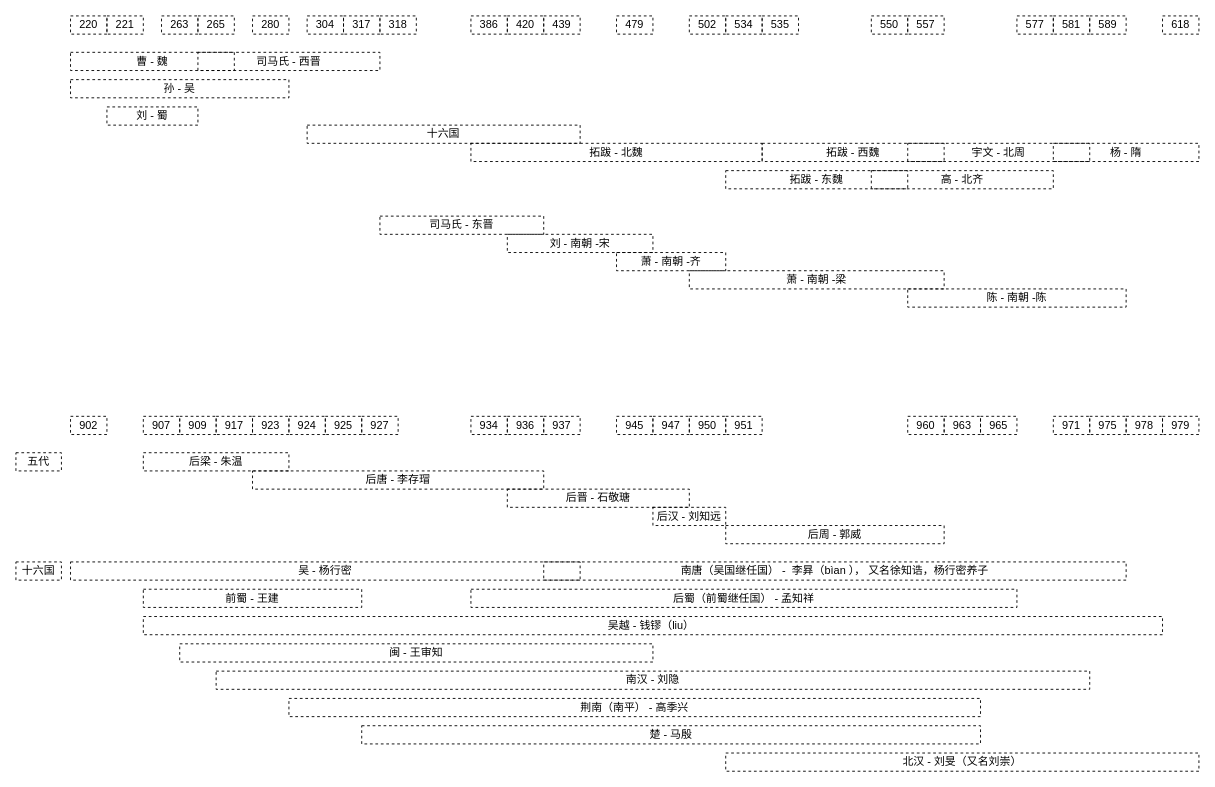
gaochunf/fancy-world-events keeps this draw.io diagram as links/三国两晋南北朝.drawio. Above is the earlier version. Source tidied: cells renumbered, new cells numbered last; positions are measured from the earlier drawing's top-left corner, leaving out a move shared by most shapes. Both pictures are drawn from the tidied source at 91%, with x=0, y=0 at pixel (15, 15).
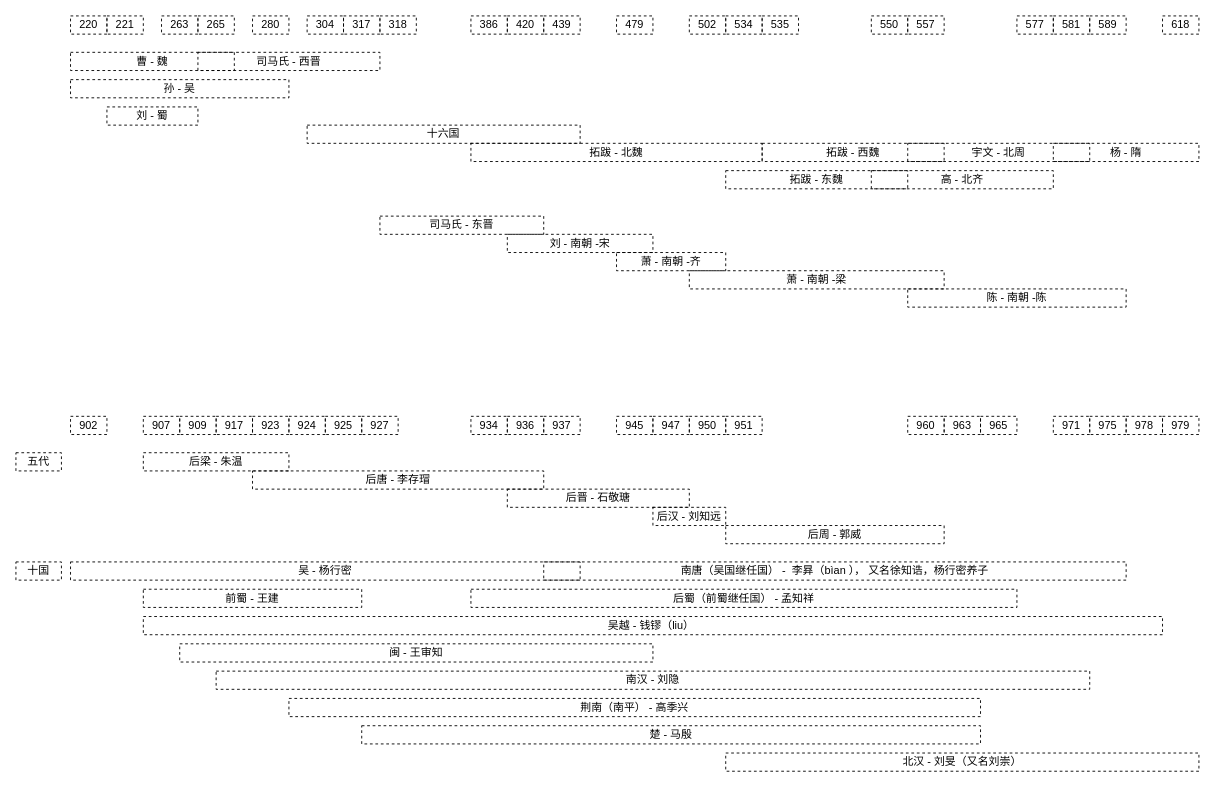
The same diagram, later.

Change to the diagram source:
```diff
@@
-    <mxCell id="51" value="十六国" style="rounded=0;whiteSpace=wrap;html=1;dashed=1;fillColor=none;" parent="1" vertex="1">
+    <mxCell id="51" value="十国" style="rounded=0;whiteSpace=wrap;html=1;dashed=1;fillColor=none;" parent="1" vertex="1">
       <mxGeometry y="600" width="50" height="20" as="geometry" />
     </mxCell>
```
